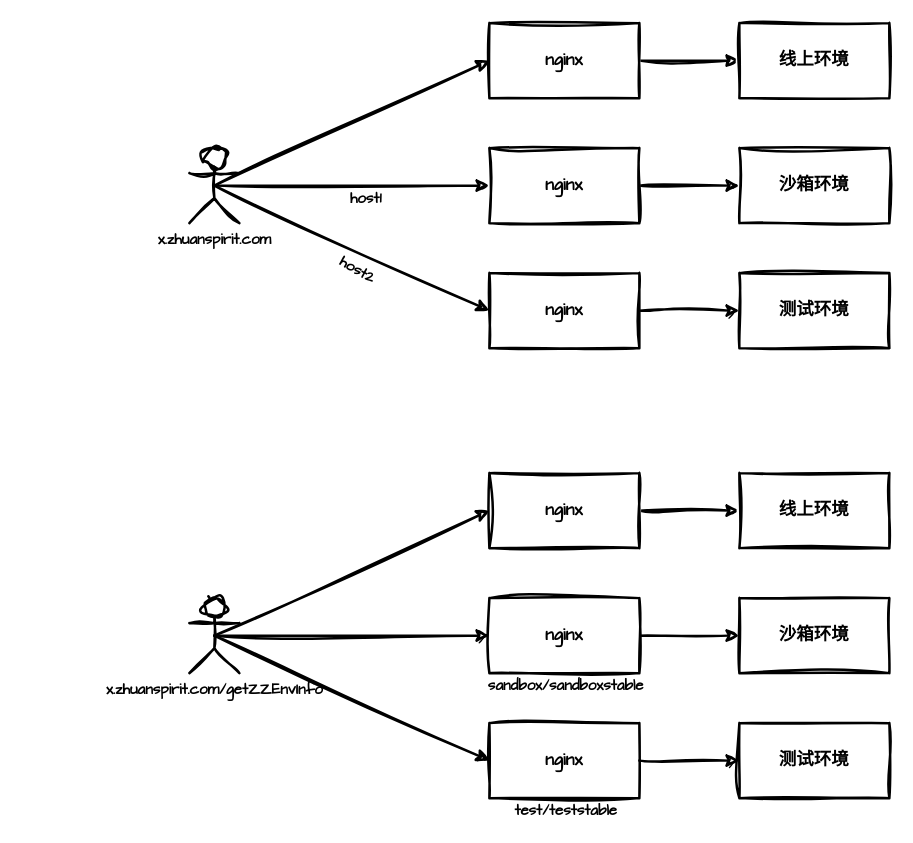
Earlier version of the draw.io diagram tc/串环境.drawio (zhuanzhuan-tech/arch-draw-io). Source tidied: cells renumbered, new cells numbered last; positions are measured from the earlier drawing's top-left corner, leaving out a move shared by most shapes. Both pictures are drawn from the tidied source at 125%, with x=0, y=0 at pixel (189, 22).
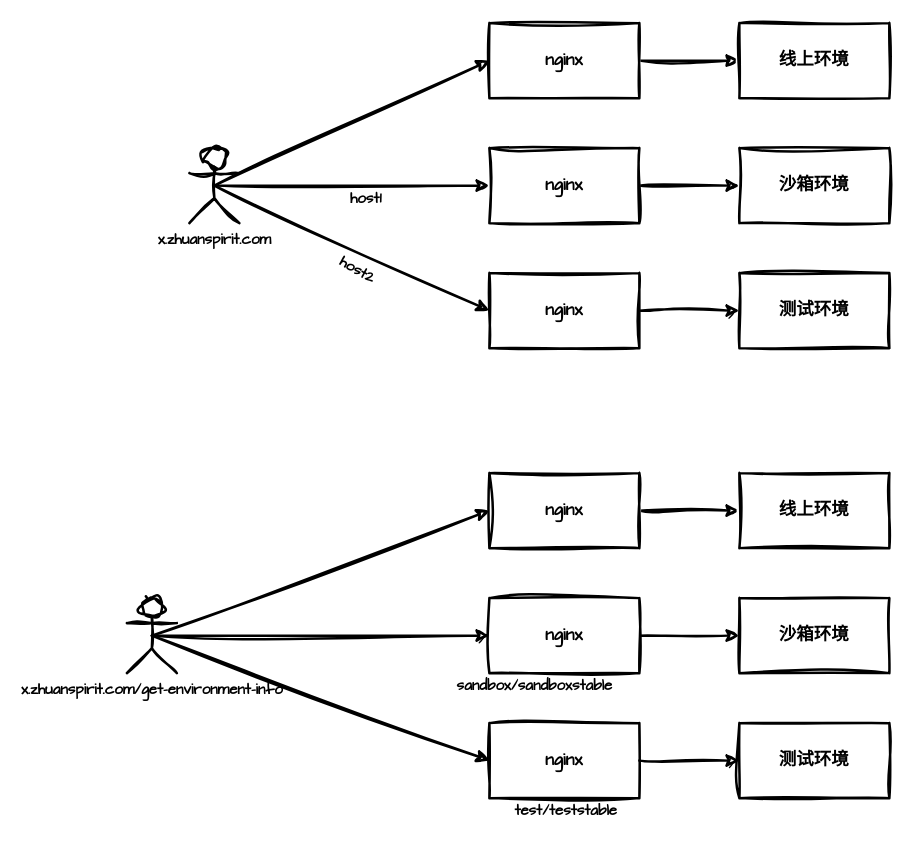
The same diagram, later.

Commit message:
更新串环境.drawio

The change refers to these unchanged cells:
```xml
<mxCell id="20" value="&lt;b&gt;&lt;font style=&quot;font-size: 14px;&quot;&gt;nginx&lt;/font&gt;&lt;/b&gt;" style="rounded=0;whiteSpace=wrap;html=1;sketch=1;hachureGap=4;jiggle=2;curveFitting=1;fontFamily=Architects Daughter;strokeWidth=2;" parent="1" vertex="1">
  <mxGeometry x="240" y="560" width="120" height="60" as="geometry" />
</mxCell>
```

What changed in the source:
```diff
@@
-    <mxCell id="14" value="&lt;b&gt;x.zhuanspirit.com/getZZEnvInfo&lt;/b&gt;" style="shape=umlActor;verticalLabelPosition=bottom;verticalAlign=top;html=1;outlineConnect=0;sketch=1;hachureGap=4;jiggle=2;curveFitting=1;fontFamily=Architects Daughter;strokeWidth=2;" parent="1" vertex="1">
-      <mxGeometry y="460" width="40" height="60" as="geometry" />
+    <mxCell id="14" value="&lt;b&gt;x.zhuanspirit.com/get-environment-info&lt;/b&gt;" style="shape=umlActor;verticalLabelPosition=bottom;verticalAlign=top;html=1;outlineConnect=0;sketch=1;hachureGap=4;jiggle=2;curveFitting=1;fontFamily=Architects Daughter;strokeWidth=2;" parent="1" vertex="1">
+      <mxGeometry x="-50" y="460" width="40" height="60" as="geometry" />
     </mxCell>
@@
     <mxCell id="24" style="endArrow=classic;html=1;rounded=0;sketch=1;hachureGap=4;jiggle=2;curveFitting=1;fontFamily=Architects Daughter;entryX=0;entryY=0.5;entryDx=0;entryDy=0;strokeWidth=2;" parent="1" edge="1" target="20">
       <mxGeometry relative="1" as="geometry">
-        <mxPoint x="20" y="490" as="sourcePoint" />
+        <mxPoint x="-30" y="490" as="sourcePoint" />
       </mxGeometry>
     </mxCell>
```
